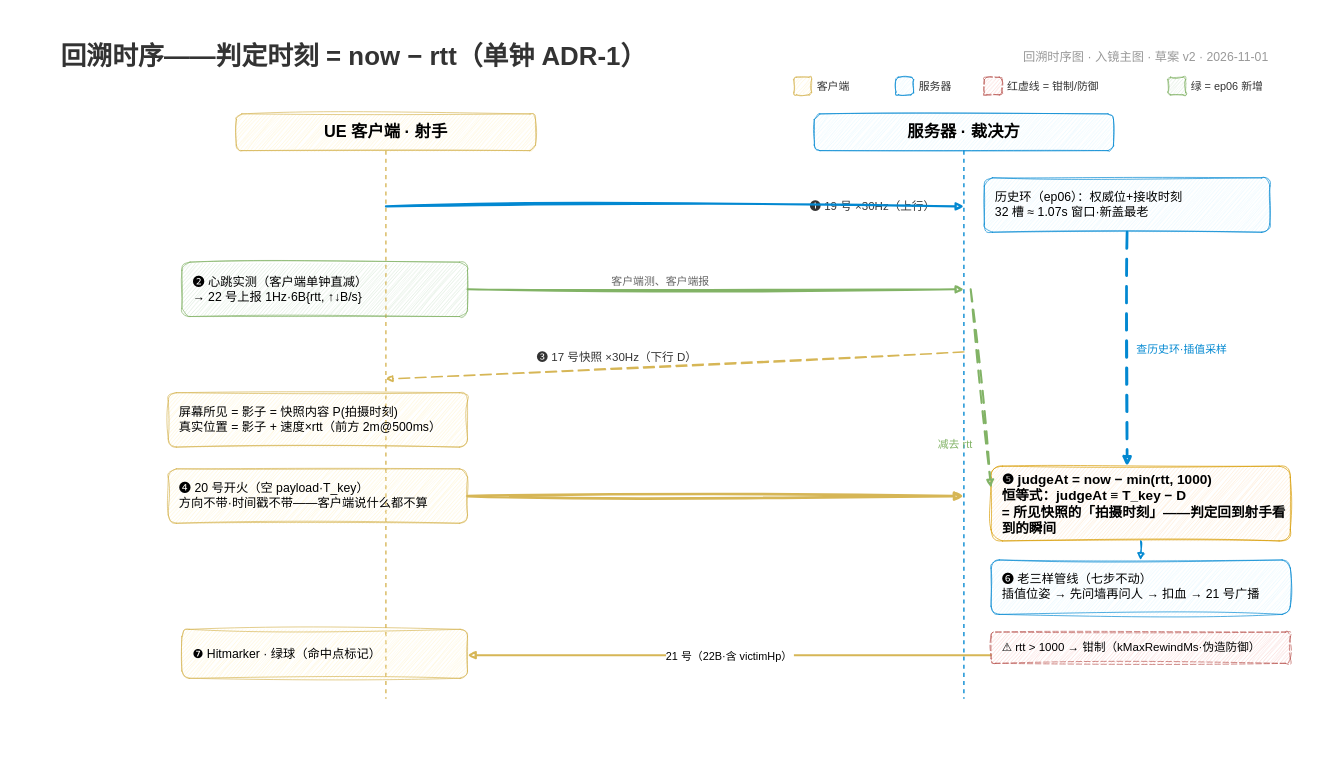
Above: docs/episodes/ep06/rewind_sequence.drawio in x-PiXiu/Sightline (draw.io), before the change. Source tidied: cells renumbered, new cells numbered last; positions are measured from the earlier drawing's top-left corner, leaving out a move shared by most shapes. Both pictures are drawn from the tidied source at 68%, with x=0, y=0 at pixel (12, 12).
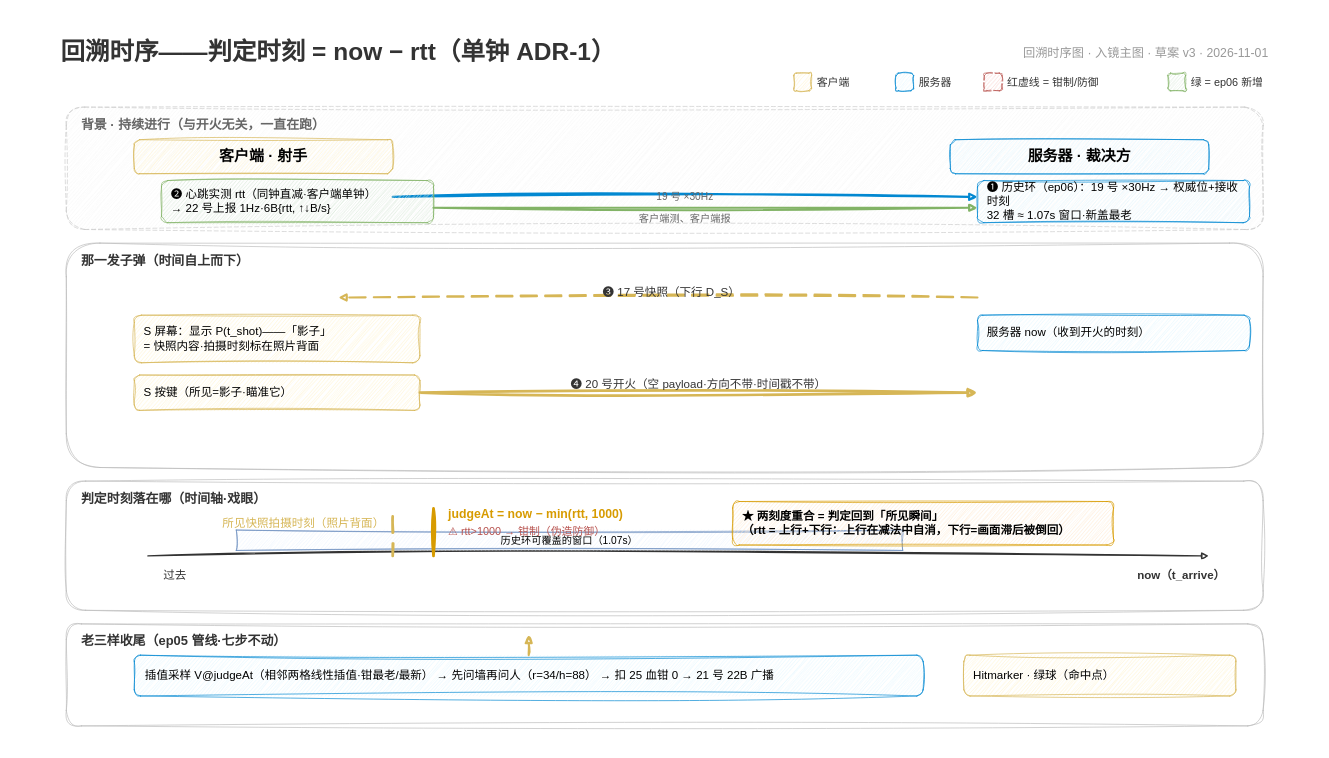
After the change.

The edit, as a diff of the source:
```diff
@@
-    <mxCell id="3" value="回溯时序——判定时刻 = now − rtt（单钟 ADR-1）" style="text;fontSize=38;fontStyle=1;fontColor=#333333;align=left;whiteSpace=wrap;" parent="1" vertex="1">
-      <mxGeometry x="70" y="36" width="1300" height="60" as="geometry" />
+    <mxCell id="3" value="回溯时序——判定时刻 = now − rtt（单钟 ADR-1）" style="text;fontSize=36;fontStyle=1;fontColor=#333333;align=left;whiteSpace=wrap;" parent="1" vertex="1">
+      <mxGeometry x="70" y="30" width="1300" height="56" as="geometry" />
     </mxCell>
-    <mxCell id="4" value="回溯时序图 · 入镜主图 · 草案 v2 · 2026-11-01" style="text;fontSize=18;fontColor=#999999;align=right;whiteSpace=wrap;" parent="1" vertex="1">
-      <mxGeometry x="1350" y="50" width="500" height="34" as="geometry" />
+    <mxCell id="4" value="回溯时序图 · 入镜主图 · 草案 v3 · 2026-11-01" style="text;fontSize=18;fontColor=#999999;align=right;whiteSpace=wrap;" parent="1" vertex="1">
+      <mxGeometry x="1350" y="44" width="500" height="34" as="geometry" />
     </mxCell>
     <mxCell id="5" style="rounded=1;fillColor=#fff2cc;strokeColor=#d6b656;sketch=1;curveFitting=1;jiggle=2;" parent="1" vertex="1">
-      <mxGeometry x="1150" y="96" width="26" height="26" as="geometry" />
+      <mxGeometry x="1150" y="90" width="26" height="26" as="geometry" />
     </mxCell>
     <mxCell id="6" value="客户端" style="text;fontSize=16;fontColor=#333333;align=left;whiteSpace=wrap;" parent="1" vertex="1">
-      <mxGeometry x="1182" y="94" width="100" height="30" as="geometry" />
+      <mxGeometry x="1182" y="88" width="100" height="30" as="geometry" />
     </mxCell>
     <mxCell id="7" style="rounded=1;fillColor=#e1f5fe;strokeColor=#0288d1;sketch=1;curveFitting=1;jiggle=2;" parent="1" vertex="1">
-      <mxGeometry x="1300" y="96" width="26" height="26" as="geometry" />
+      <mxGeometry x="1300" y="90" width="26" height="26" as="geometry" />
     </mxCell>
     <mxCell id="8" value="服务器" style="text;fontSize=16;fontColor=#333333;align=left;whiteSpace=wrap;" parent="1" vertex="1">
-      <mxGeometry x="1332" y="94" width="100" height="30" as="geometry" />
+      <mxGeometry x="1332" y="88" width="100" height="30" as="geometry" />
     </mxCell>
     <mxCell id="9" style="rounded=1;fillColor=#f8cecc;strokeColor=#b85450;dashed=1;dashPattern=8 4;sketch=1;curveFitting=1;jiggle=2;" parent="1" vertex="1">
-      <mxGeometry x="1430" y="96" width="26" height="26" as="geometry" />
+      <mxGeometry x="1430" y="90" width="26" height="26" as="geometry" />
     </mxCell>
     <mxCell id="10" value="红虚线 = 钳制/防御" style="text;fontSize=16;fontColor=#333333;align=left;whiteSpace=wrap;" parent="1" vertex="1">
-      <mxGeometry x="1462" y="94" width="220" height="30" as="geometry" />
+      <mxGeometry x="1462" y="88" width="220" height="30" as="geometry" />
     </mxCell>
     <mxCell id="11" style="rounded=1;fillColor=#d5e8d4;strokeColor=#82b366;sketch=1;curveFitting=1;jiggle=2;" parent="1" vertex="1">
-      <mxGeometry x="1700" y="96" width="26" height="26" as="geometry" />
+      <mxGeometry x="1700" y="90" width="26" height="26" as="geometry" />
     </mxCell>
     <mxCell id="12" value="绿 = ep06 新增" style="text;fontSize=16;fontColor=#333333;align=left;whiteSpace=wrap;" parent="1" vertex="1">
-      <mxGeometry x="1732" y="94" width="160" height="30" as="geometry" />
+      <mxGeometry x="1732" y="88" width="160" height="30" as="geometry" />
     </mxCell>
+    <mxCell id="38" style="rounded=1;fillColor=#f5f5f5;strokeColor=#cccccc;dashed=1;dashPattern=6 4;sketch=1;curveFitting=1;jiggle=2;" parent="1" vertex="1">
+      <mxGeometry x="80" y="140" width="1760" height="180" as="geometry" />
+    </mxCell>
+    <mxCell id="39" value="背景 · 持续进行（与开火无关，一直在跑）" style="text;fontSize=19;fontStyle=1;fontColor=#666666;align=left;whiteSpace=wrap;" parent="1" vertex="1">
+      <mxGeometry x="100" y="148" width="560" height="30" as="geometry" />
+    </mxCell>
-    <mxCell id="13" value="UE 客户端 · 射手" style="rounded=1;whiteSpace=wrap;fillColor=#fff2cc;strokeColor=#d6b656;fontSize=24;fontStyle=1;sketch=1;curveFitting=1;jiggle=2;" parent="1" vertex="1">
-      <mxGeometry x="330" y="150" width="440" height="54" as="geometry" />
+    <mxCell id="13" value="客户端 · 射手" style="rounded=1;whiteSpace=wrap;fillColor=#fff2cc;strokeColor=#d6b656;fontSize=22;fontStyle=1;sketch=1;curveFitting=1;jiggle=2;" parent="1" vertex="1">
+      <mxGeometry x="180" y="188" width="380" height="50" as="geometry" />
     </mxCell>
-    <mxCell id="14" value="服务器 · 裁决方" style="rounded=1;whiteSpace=wrap;fillColor=#e1f5fe;strokeColor=#0288d1;fontSize=24;fontStyle=1;sketch=1;curveFitting=1;jiggle=2;" parent="1" vertex="1">
-      <mxGeometry x="1180" y="150" width="440" height="54" as="geometry" />
+    <mxCell id="14" value="服务器 · 裁决方" style="rounded=1;whiteSpace=wrap;fillColor=#e1f5fe;strokeColor=#0288d1;fontSize=22;fontStyle=1;sketch=1;curveFitting=1;jiggle=2;" parent="1" vertex="1">
+      <mxGeometry x="1380" y="188" width="380" height="50" as="geometry" />
     </mxCell>
-    <mxCell id="15" style="endArrow=none;dashed=1;strokeColor=#d6b656;strokeWidth=2;" parent="1" edge="1">
-      <mxGeometry relative="1" as="geometry">
-        <mxPoint x="550" y="204" as="sourcePoint" />
-        <mxPoint x="550" y="1010" as="targetPoint" />
-      </mxGeometry>
-    </mxCell>
-    <mxCell id="16" style="endArrow=none;dashed=1;strokeColor=#0288d1;strokeWidth=2;" parent="1" edge="1">
-      <mxGeometry relative="1" as="geometry">
-        <mxPoint x="1400" y="204" as="sourcePoint" />
-        <mxPoint x="1400" y="1010" as="targetPoint" />
-      </mxGeometry>
-    </mxCell>
+    <mxCell id="19" value="❶ 历史环（ep06）：19 号 ×30Hz → 权威位+接收时刻&#10;32 槽 ≈ 1.07s 窗口·新盖最老" style="rounded=1;whiteSpace=wrap;fillColor=#e1f5fe;strokeColor=#0288d1;fontSize=17;sketch=1;curveFitting=1;jiggle=2;align=left;spacingLeft=12;" parent="1" vertex="1">
+      <mxGeometry x="1420" y="248" width="400" height="62" as="geometry" />
+    </mxCell>
+    <mxCell id="18" style="endArrow=block;strokeWidth=3;strokeColor=#0288d1;sketch=1;curveFitting=1;jiggle=2;" parent="1" edge="1">
+      <mxGeometry relative="1" as="geometry">
+        <mxPoint x="560" y="272" as="sourcePoint" />
+        <mxPoint x="1420" y="272" as="targetPoint" />
+      </mxGeometry>
+    </mxCell>
-    <mxCell id="17" value="❶ 19 号 ×30Hz（上行）" style="text;fontSize=17;fontColor=#333333;align=right;whiteSpace=wrap;" parent="1" vertex="1">
-      <mxGeometry x="860" y="270" width="500" height="30" as="geometry" />
+    <mxCell id="17" value="19 号 ×30Hz" style="text;fontSize=15;fontColor=#666666;align=center;whiteSpace=wrap;" parent="1" vertex="1">
+      <mxGeometry x="880" y="256" width="220" height="26" as="geometry" />
     </mxCell>
-    <mxCell id="18" style="endArrow=block;strokeWidth=3;strokeColor=#0288d1;sketch=1;curveFitting=1;jiggle=2;" parent="1" edge="1">
-      <mxGeometry relative="1" as="geometry">
-        <mxPoint x="550" y="286" as="sourcePoint" />
-        <mxPoint x="1400" y="286" as="targetPoint" />
-      </mxGeometry>
-    </mxCell>
-    <mxCell id="19" value="历史环（ep06）：权威位+接收时刻&#10;32 槽 ≈ 1.07s 窗口·新盖最老" style="rounded=1;whiteSpace=wrap;fillColor=#e1f5fe;strokeColor=#0288d1;fontSize=18;sketch=1;curveFitting=1;jiggle=2;align=left;spacingLeft=14;" parent="1" vertex="1">
-      <mxGeometry x="1430" y="244" width="420" height="80" as="geometry" />
-    </mxCell>
-    <mxCell id="20" value="❷ 心跳实测（客户端单钟直减）&#10;→ 22 号上报 1Hz·6B{rtt, ↑↓B/s}" style="rounded=1;whiteSpace=wrap;fillColor=#d5e8d4;strokeColor=#82b366;fontSize=18;sketch=1;curveFitting=1;jiggle=2;align=left;spacingLeft=14;" parent="1" vertex="1">
-      <mxGeometry x="250" y="368" width="420" height="80" as="geometry" />
+    <mxCell id="20" value="❷ 心跳实测 rtt（同钟直减·客户端单钟）&#10;→ 22 号上报 1Hz·6B{rtt, ↑↓B/s}" style="rounded=1;whiteSpace=wrap;fillColor=#d5e8d4;strokeColor=#82b366;fontSize=17;sketch=1;curveFitting=1;jiggle=2;align=left;spacingLeft=12;" parent="1" vertex="1">
+      <mxGeometry x="220" y="248" width="400" height="62" as="geometry" />
     </mxCell>
     <mxCell id="21" style="endArrow=block;strokeWidth=3;strokeColor=#82b366;sketch=1;curveFitting=1;jiggle=2;" parent="1" edge="1">
       <mxGeometry relative="1" as="geometry">
-        <mxPoint x="670" y="408" as="sourcePoint" />
-        <mxPoint x="1400" y="408" as="targetPoint" />
+        <mxPoint x="620" y="288" as="sourcePoint" />
+        <mxPoint x="1420" y="288" as="targetPoint" />
       </mxGeometry>
     </mxCell>
-    <mxCell id="22" value="客户端测、客户端报" style="text;fontSize=16;fontColor=#666666;align=left;whiteSpace=wrap;" parent="1" vertex="1">
-      <mxGeometry x="880" y="380" width="440" height="28" as="geometry" />
+    <mxCell id="22" value="客户端测、客户端报" style="text;fontSize=15;fontColor=#666666;align=center;whiteSpace=wrap;" parent="1" vertex="1">
+      <mxGeometry x="880" y="288" width="220" height="26" as="geometry" />
     </mxCell>
-    <mxCell id="23" style="endArrow=block;strokeWidth=2;strokeColor=#d6b656;dashed=1;dashPattern=8 4;sketch=1;curveFitting=1;jiggle=2;" parent="1" edge="1">
-      <mxGeometry relative="1" as="geometry">
-        <mxPoint x="1400" y="500" as="sourcePoint" />
-        <mxPoint x="550" y="540" as="targetPoint" />
-      </mxGeometry>
-    </mxCell>
-    <mxCell id="24" value="❸ 17 号快照 ×30Hz（下行 D）" style="text;fontSize=17;fontColor=#333333;align=left;whiteSpace=wrap;" parent="1" vertex="1">
-      <mxGeometry x="770" y="492" width="520" height="30" as="geometry" />
-    </mxCell>
+    <mxCell id="40" style="rounded=1;fillColor=#ffffff;strokeColor=#bbbbbb;sketch=1;curveFitting=1;jiggle=2;" parent="1" vertex="1">
+      <mxGeometry x="80" y="340" width="1760" height="330" as="geometry" />
+    </mxCell>
+    <mxCell id="41" value="那一发子弹（时间自上而下）" style="text;fontSize=19;fontStyle=1;fontColor=#333333;align=left;whiteSpace=wrap;" parent="1" vertex="1">
+      <mxGeometry x="100" y="348" width="480" height="30" as="geometry" />
+    </mxCell>
+    <mxCell id="42" style="endArrow=block;strokeWidth=3;strokeColor=#d6b656;dashed=1;dashPattern=8 4;sketch=1;curveFitting=1;jiggle=2;" parent="1" edge="1">
+      <mxGeometry relative="1" as="geometry">
+        <mxPoint x="1420" y="420" as="sourcePoint" />
+        <mxPoint x="480" y="420" as="targetPoint" />
+      </mxGeometry>
+    </mxCell>
+    <mxCell id="43" value="❸ 17 号快照（下行 D_S）" style="text;fontSize=17;fontColor=#333333;align=center;whiteSpace=wrap;" parent="1" vertex="1">
+      <mxGeometry x="800" y="396" width="340" height="28" as="geometry" />
+    </mxCell>
-    <mxCell id="25" value="屏幕所见 = 影子 = 快照内容 P(拍摄时刻)&#10;真实位置 = 影子 + 速度×rtt（前方 2m@500ms）" style="rounded=1;whiteSpace=wrap;fillColor=#fff2cc;strokeColor=#d6b656;fontSize=18;sketch=1;curveFitting=1;jiggle=2;align=left;spacingLeft=14;" parent="1" vertex="1">
-      <mxGeometry x="230" y="560" width="440" height="80" as="geometry" />
+    <mxCell id="25" value="S 屏幕：显示 P(t_shot)——「影子」&#10;= 快照内容·拍摄时刻标在照片背面" style="rounded=1;whiteSpace=wrap;fillColor=#fff2cc;strokeColor=#d6b656;fontSize=17;sketch=1;curveFitting=1;jiggle=2;align=left;spacingLeft=12;" parent="1" vertex="1">
+      <mxGeometry x="180" y="446" width="420" height="70" as="geometry" />
     </mxCell>
+    <mxCell id="44" value="服务器 now（收到开火的时刻）" style="rounded=1;whiteSpace=wrap;fillColor=#e1f5fe;strokeColor=#0288d1;fontSize=17;sketch=1;curveFitting=1;jiggle=2;align=left;spacingLeft=12;" parent="1" vertex="1">
+      <mxGeometry x="1420" y="446" width="400" height="52" as="geometry" />
+    </mxCell>
+    <mxCell id="27" style="endArrow=block;strokeWidth=4;strokeColor=#d6b656;sketch=1;curveFitting=1;jiggle=2;" parent="1" edge="1">
+      <mxGeometry relative="1" as="geometry">
+        <mxPoint x="600" y="560" as="sourcePoint" />
+        <mxPoint x="1420" y="560" as="targetPoint" />
+      </mxGeometry>
+    </mxCell>
+    <mxCell id="45" value="❹ 20 号开火（空 payload·方向不带·时间戳不带）" style="text;fontSize=17;fontColor=#333333;align=center;whiteSpace=wrap;" parent="1" vertex="1">
+      <mxGeometry x="700" y="532" width="620" height="28" as="geometry" />
+    </mxCell>
-    <mxCell id="26" value="❹ 20 号开火（空 payload·T_key）&#10;方向不带·时间戳不带——客户端说什么都不算" style="rounded=1;whiteSpace=wrap;fillColor=#fff2cc;strokeColor=#d6b656;fontSize=18;sketch=1;curveFitting=1;jiggle=2;align=left;spacingLeft=14;" parent="1" vertex="1">
-      <mxGeometry x="230" y="672" width="440" height="80" as="geometry" />
+    <mxCell id="26" value="S 按键（所见=影子·瞄准它）" style="rounded=1;whiteSpace=wrap;fillColor=#fff2cc;strokeColor=#d6b656;fontSize=17;sketch=1;curveFitting=1;jiggle=2;align=left;spacingLeft=12;" parent="1" vertex="1">
+      <mxGeometry x="180" y="534" width="420" height="52" as="geometry" />
     </mxCell>
-    <mxCell id="27" style="endArrow=block;strokeWidth=4;strokeColor=#d6b656;sketch=1;curveFitting=1;jiggle=2;" parent="1" edge="1">
-      <mxGeometry relative="1" as="geometry">
-        <mxPoint x="670" y="712" as="sourcePoint" />
-        <mxPoint x="1400" y="712" as="targetPoint" />
-      </mxGeometry>
-    </mxCell>
-    <mxCell id="28" value="❺ judgeAt = now − min(rtt, 1000)&#10;恒等式：judgeAt ≡ T_key − D&#10;= 所见快照的「拍摄时刻」——判定回到射手看到的瞬间" style="rounded=1;whiteSpace=wrap;fillColor=#ffe6cc;strokeColor=#d79b00;fontSize=20;fontStyle=1;sketch=1;curveFitting=1;jiggle=2;align=left;spacingLeft=14;" parent="1" vertex="1">
-      <mxGeometry x="1440" y="668" width="440" height="110" as="geometry" />
-    </mxCell>
-    <mxCell id="29" style="endArrow=block;strokeWidth=4;strokeColor=#0288d1;dashed=1;dashPattern=6 4;sketch=1;curveFitting=1;jiggle=2;" parent="1" edge="1">
-      <mxGeometry relative="1" as="geometry">
-        <mxPoint x="1640" y="324" as="sourcePoint" />
-        <mxPoint x="1640" y="668" as="targetPoint" />
-      </mxGeometry>
-    </mxCell>
-    <mxCell id="30" value="查历史环·插值采样" style="text;fontSize=16;fontColor=#0288d1;align=left;whiteSpace=wrap;" parent="1" vertex="1">
-      <mxGeometry x="1652" y="480" width="180" height="28" as="geometry" />
-    </mxCell>
-    <mxCell id="31" style="endArrow=block;strokeWidth=3;strokeColor=#82b366;dashed=1;dashPattern=6 4;sketch=1;curveFitting=1;jiggle=2;" parent="1" edge="1">
-      <mxGeometry relative="1" as="geometry">
-        <mxPoint x="1410" y="408" as="sourcePoint" />
-        <mxPoint x="1440" y="700" as="targetPoint" />
-      </mxGeometry>
-    </mxCell>
-    <mxCell id="32" value="减去 rtt" style="text;fontSize=16;fontColor=#82b366;align=left;whiteSpace=wrap;" parent="1" vertex="1">
-      <mxGeometry x="1360" y="620" width="120" height="28" as="geometry" />
-    </mxCell>
+    <mxCell id="46" style="rounded=1;fillColor=#ffffff;strokeColor=#bbbbbb;sketch=1;curveFitting=1;jiggle=2;" parent="1" vertex="1">
+      <mxGeometry x="80" y="690" width="1760" height="190" as="geometry" />
+    </mxCell>
+    <mxCell id="47" value="判定时刻落在哪（时间轴·戏眼）" style="text;fontSize=19;fontStyle=1;fontColor=#333333;align=left;whiteSpace=wrap;" parent="1" vertex="1">
+      <mxGeometry x="100" y="698" width="480" height="30" as="geometry" />
+    </mxCell>
+    <mxCell id="48" style="endArrow=block;strokeWidth=2;strokeColor=#333333;sketch=1;curveFitting=1;jiggle=2;" parent="1" edge="1">
+      <mxGeometry relative="1" as="geometry">
+        <mxPoint x="200" y="800" as="sourcePoint" />
+        <mxPoint x="1760" y="800" as="targetPoint" />
+      </mxGeometry>
+    </mxCell>
+    <mxCell id="49" value="过去" style="text;fontSize=17;fontColor=#333333;align=center;whiteSpace=wrap;" parent="1" vertex="1">
+      <mxGeometry x="200" y="812" width="80" height="28" as="geometry" />
+    </mxCell>
+    <mxCell id="50" value="now（t_arrive）" style="text;fontSize=17;fontStyle=1;fontColor=#333333;align=center;whiteSpace=wrap;" parent="1" vertex="1">
+      <mxGeometry x="1640" y="812" width="160" height="28" as="geometry" />
+    </mxCell>
+    <mxCell id="51" value="历史环可覆盖的窗口（1.07s）" style="rounded=0;fillColor=#dae8fc;fillOpacity=55;strokeColor=#6c8ebf;fontSize=15;sketch=1;curveFitting=1;jiggle=2;" parent="1" vertex="1">
+      <mxGeometry x="330" y="762" width="980" height="30" as="geometry" />
+    </mxCell>
+    <mxCell id="52" style="endArrow=none;strokeWidth=4;strokeColor=#d79b00;sketch=1;curveFitting=1;jiggle=2;" parent="1" edge="1">
+      <mxGeometry relative="1" as="geometry">
+        <mxPoint x="620" y="730" as="sourcePoint" />
+        <mxPoint x="620" y="800" as="targetPoint" />
+      </mxGeometry>
+    </mxCell>
+    <mxCell id="53" value="judgeAt = now − min(rtt, 1000)" style="text;fontSize=18;fontStyle=1;fontColor=#d79b00;align=left;whiteSpace=wrap;" parent="1" vertex="1">
+      <mxGeometry x="640" y="722" width="400" height="30" as="geometry" />
+    </mxCell>
+    <mxCell id="54" style="endArrow=none;strokeWidth=4;strokeColor=#d6b656;dashed=1;dashPattern=6 4;sketch=1;curveFitting=1;jiggle=2;" parent="1" edge="1">
+      <mxGeometry relative="1" as="geometry">
+        <mxPoint x="560" y="742" as="sourcePoint" />
+        <mxPoint x="560" y="800" as="targetPoint" />
+      </mxGeometry>
+    </mxCell>
+    <mxCell id="55" value="所见快照拍摄时刻（照片背面）" style="text;fontSize=17;fontColor=#d6b656;align=right;whiteSpace=wrap;" parent="1" vertex="1">
+      <mxGeometry x="230" y="736" width="320" height="28" as="geometry" />
+    </mxCell>
+    <mxCell id="56" value="★ 两刻度重合 = 判定回到「所见瞬间」&#10;（rtt = 上行+下行：上行在减法中自消，下行=画面滞后被倒回）" style="rounded=1;whiteSpace=wrap;fillColor=#ffe6cc;strokeColor=#d79b00;fontSize=17;fontStyle=1;sketch=1;curveFitting=1;jiggle=2;align=left;spacingLeft=12;" parent="1" vertex="1">
+      <mxGeometry x="1060" y="720" width="560" height="64" as="geometry" />
+    </mxCell>
+    <mxCell id="57" value="⚠ rtt&gt;1000 → 钳制（伪造防御）" style="text;fontSize=16;fontColor=#b85450;align=left;whiteSpace=wrap;" parent="1" vertex="1">
+      <mxGeometry x="640" y="748" width="360" height="26" as="geometry" />
+    </mxCell>
+    <mxCell id="58" style="rounded=1;fillColor=#ffffff;strokeColor=#bbbbbb;sketch=1;curveFitting=1;jiggle=2;" parent="1" vertex="1">
+      <mxGeometry x="80" y="900" width="1760" height="150" as="geometry" />
+    </mxCell>
+    <mxCell id="59" value="老三样收尾（ep05 管线·七步不动）" style="text;fontSize=19;fontStyle=1;fontColor=#333333;align=left;whiteSpace=wrap;" parent="1" vertex="1">
+      <mxGeometry x="100" y="908" width="560" height="30" as="geometry" />
+    </mxCell>
-    <mxCell id="33" value="❻ 老三样管线（七步不动）&#10;插值位姿 → 先问墙再问人 → 扣血 → 21 号广播" style="rounded=1;whiteSpace=wrap;fillColor=#e1f5fe;strokeColor=#0288d1;fontSize=18;sketch=1;curveFitting=1;jiggle=2;align=left;spacingLeft=14;" parent="1" vertex="1">
-      <mxGeometry x="1440" y="806" width="440" height="80" as="geometry" />
+    <mxCell id="33" value="插值采样 V@judgeAt（相邻两格线性插值·钳最老/最新）  →  先问墙再问人（r=34/h=88）  →  扣 25 血钳 0  →  21 号 22B 广播" style="rounded=1;whiteSpace=wrap;fillColor=#e1f5fe;strokeColor=#0288d1;fontSize=17;sketch=1;curveFitting=1;jiggle=2;align=left;spacingLeft=14;" parent="1" vertex="1">
+      <mxGeometry x="180" y="946" width="1160" height="60" as="geometry" />
     </mxCell>
-    <mxCell id="34" style="endArrow=block;strokeWidth=2;strokeColor=#0288d1;sketch=1;curveFitting=1;jiggle=2;" parent="1" edge="1">
+    <mxCell id="34" style="endArrow=block;strokeWidth=3;strokeColor=#d6b656;sketch=1;curveFitting=1;jiggle=2;" parent="1" edge="1">
       <mxGeometry relative="1" as="geometry">
-        <mxPoint x="1660" y="778" as="sourcePoint" />
-        <mxPoint x="1660" y="806" as="targetPoint" />
+        <mxPoint x="760" y="946" as="sourcePoint" />
+        <mxPoint x="760" y="916" as="targetPoint" />
       </mxGeometry>
     </mxCell>
-    <mxCell id="35" value="21 号（22B·含 victimHp）" style="endArrow=block;strokeWidth=3;strokeColor=#d6b656;sketch=1;curveFitting=1;jiggle=2;fontSize=16;labelBackgroundColor=#ffffff;" parent="1" edge="1">
-      <mxGeometry relative="1" as="geometry">
-        <mxPoint x="1440" y="946" as="sourcePoint" />
-        <mxPoint x="670" y="946" as="targetPoint" />
-      </mxGeometry>
-    </mxCell>
-    <mxCell id="36" value="❼ Hitmarker · 绿球（命中点标记）" style="rounded=1;whiteSpace=wrap;fillColor=#fff2cc;strokeColor=#d6b656;fontSize=18;sketch=1;curveFitting=1;jiggle=2;align=left;spacingLeft=14;" parent="1" vertex="1">
-      <mxGeometry x="250" y="908" width="420" height="72" as="geometry" />
+    <mxCell id="36" value="Hitmarker · 绿球（命中点）" style="rounded=1;whiteSpace=wrap;fillColor=#fff2cc;strokeColor=#d6b656;fontSize=17;sketch=1;curveFitting=1;jiggle=2;align=left;spacingLeft=12;" parent="1" vertex="1">
+      <mxGeometry x="1400" y="946" width="400" height="60" as="geometry" />
     </mxCell>
-    <mxCell id="37" value="⚠ rtt &gt; 1000 → 钳制（kMaxRewindMs·伪造防御）" style="rounded=1;whiteSpace=wrap;fillColor=#f8cecc;strokeColor=#b85450;fontSize=17;dashed=1;dashPattern=8 4;sketch=1;curveFitting=1;jiggle=2;align=left;spacingLeft=14;" parent="1" vertex="1">
-      <mxGeometry x="1440" y="912" width="440" height="46" as="geometry" />
-    </mxCell>
```
